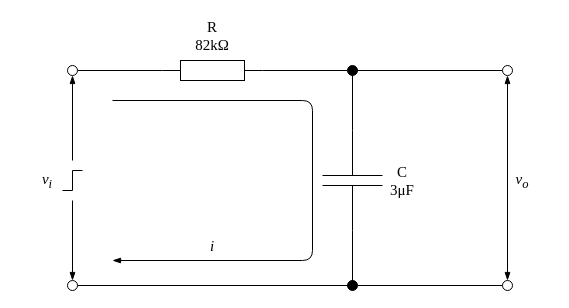
This is 課題.drawio from penguin1q/drawio, a draw.io file, before an edit. Source tidied: cells renumbered, new cells numbered last; positions are measured from the earlier drawing's top-left corner, leaving out a move shared by most shapes. Both pictures are drawn from the tidied source at 100%, with x=0, y=0 at pixel (17, 20).
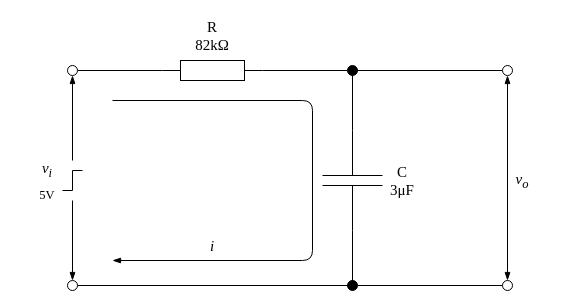
The same page after the edit.

Commit message (it also covers changes not shown here):
課題.drawio を更新します

What changed in the source:
```diff
@@
-    <mxCell id="22" value="&lt;font style=&quot;font-size: 15px;&quot; face=&quot;Times New Roman&quot;&gt;&lt;i&gt;v&lt;sub&gt;i&lt;/sub&gt;&lt;/i&gt;&lt;/font&gt;" style="text;html=1;align=center;verticalAlign=middle;whiteSpace=wrap;rounded=0;" parent="1" vertex="1">
-      <mxGeometry y="145" width="60" height="30" as="geometry" />
+    <mxCell id="22" value="&lt;font style=&quot;font-size: 15px;&quot; face=&quot;Times New Roman&quot;&gt;&lt;i&gt;v&lt;sub&gt;i&lt;/sub&gt;&lt;/i&gt;&lt;/font&gt;&lt;div&gt;&lt;font style=&quot;font-size: 15px;&quot; face=&quot;Times New Roman&quot;&gt;&lt;sub style=&quot;&quot;&gt;5V&lt;/sub&gt;&lt;/font&gt;&lt;/div&gt;" style="text;html=1;align=center;verticalAlign=middle;whiteSpace=wrap;rounded=0;" parent="1" vertex="1">
+      <mxGeometry y="135" width="60" height="50" as="geometry" />
     </mxCell>
```
